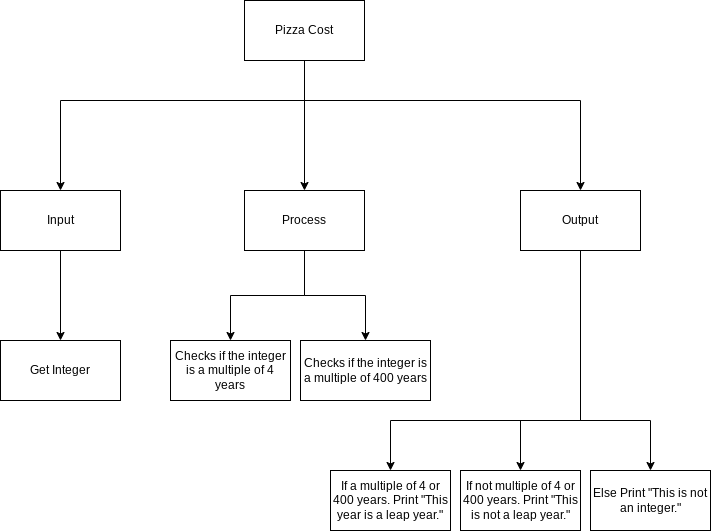
Dahrio-Francois/ICS3U-Unit3-08-Python keeps this draw.io diagram as Leap Year (Top-Down).png. Above is the earlier version. Source tidied: cells renumbered, new cells last; positions are measured from the earlier drawing's top-left corner, leaving out a move shared by most shapes.
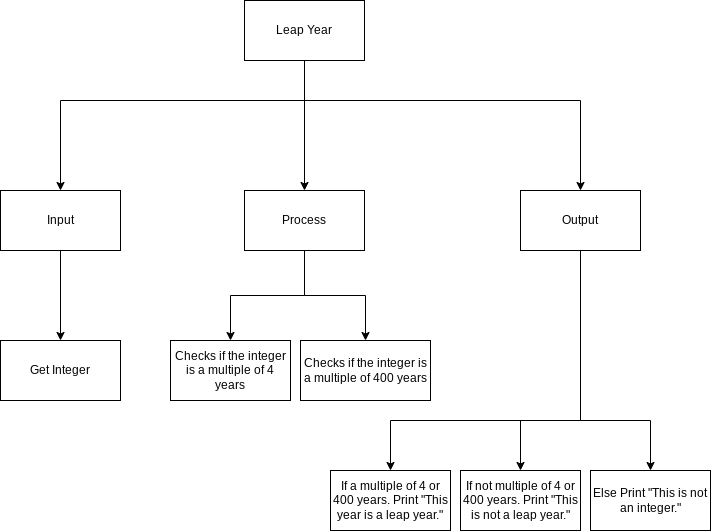
After the commit.

Diff of the diagram source:
```diff
@@ -21,7 +21,7 @@
     <mxCell id="4" style="edgeStyle=orthogonalEdgeStyle;shape=connector;rounded=0;html=1;entryX=0.5;entryY=0;entryDx=0;entryDy=0;labelBackgroundColor=default;fontFamily=Helvetica;fontSize=11;fontColor=default;endArrow=classic;strokeColor=default;" parent="1" edge="1" source="5" target="10">
       <mxGeometry relative="1" as="geometry" />
     </mxCell>
-    <mxCell id="5" value="Pizza Cost" style="rounded=0;whiteSpace=wrap;html=1;" parent="1" vertex="1">
+    <mxCell id="5" value="Leap Year" style="rounded=0;whiteSpace=wrap;html=1;" parent="1" vertex="1">
       <mxGeometry x="244" width="120" height="60" as="geometry" />
     </mxCell>
     <mxCell id="6" style="edgeStyle=orthogonalEdgeStyle;rounded=0;html=1;entryX=0.5;entryY=0;entryDx=0;entryDy=0;elbow=vertical;" parent="1" edge="1" source="7" target="15">
```
